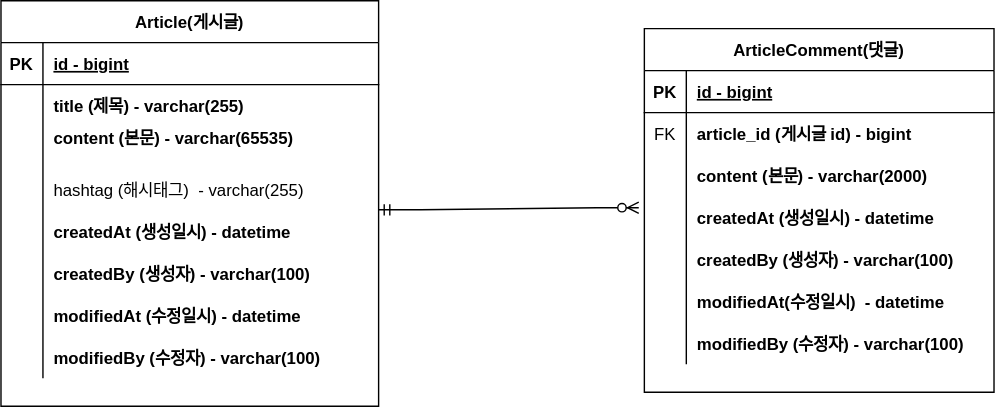
Earlier version of the draw.io export document/project-board-erd.svg (ikyoon0619/board-service). Source tidied: cells renumbered, new cells last; positions are measured from the earlier drawing's top-left corner, leaving out a move shared by most shapes.
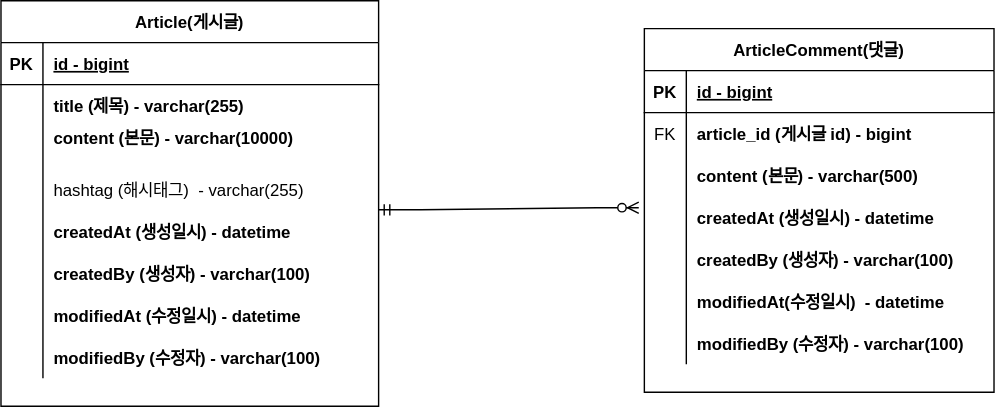
After the change.

Commit message:
#10 - erd 업데이트: content 사이즈 변경

Change to the diagram source:
```diff
@@ -29,7 +29,7 @@
     <mxCell id="10" style="shape=partialRectangle;fillColor=none;top=0;left=0;bottom=0;right=0;overflow=hidden;" parent="9" vertex="1">
       <mxGeometry width="30" height="30" as="geometry" />
     </mxCell>
-    <mxCell id="11" value="content (본문) - varchar(65535)&#10; " style="shape=partialRectangle;fillColor=none;top=0;left=0;bottom=0;right=0;align=left;spacingLeft=6;overflow=hidden;fontStyle=1;" parent="9" vertex="1">
+    <mxCell id="11" value="content (본문) - varchar(10000)&#10; " style="shape=partialRectangle;fillColor=none;top=0;left=0;bottom=0;right=0;align=left;spacingLeft=6;overflow=hidden;fontStyle=1;" parent="9" vertex="1">
       <mxGeometry x="30" width="240" height="30" as="geometry" />
     </mxCell>
     <mxCell id="12" style="shape=tableRow;horizontal=0;startSize=0;swimlaneHead=0;swimlaneBody=0;fillColor=none;top=0;left=0;right=0;bottom=0;" parent="2" vertex="1">
@@ -104,7 +104,7 @@
     <mxCell id="35" style="shape=partialRectangle;fillColor=none;top=0;left=0;bottom=0;right=0;overflow=hidden;" parent="34" vertex="1">
       <mxGeometry width="30" height="30" as="geometry" />
     </mxCell>
-    <mxCell id="36" value="content (본문) - varchar(2000)" style="shape=partialRectangle;fillColor=none;top=0;left=0;bottom=0;right=0;align=left;spacingLeft=6;overflow=hidden;fontStyle=1;" parent="34" vertex="1">
+    <mxCell id="36" value="content (본문) - varchar(500)" style="shape=partialRectangle;fillColor=none;top=0;left=0;bottom=0;right=0;align=left;spacingLeft=6;overflow=hidden;fontStyle=1;" parent="34" vertex="1">
       <mxGeometry x="30" width="220" height="30" as="geometry" />
     </mxCell>
     <mxCell id="37" style="shape=tableRow;horizontal=0;startSize=0;swimlaneHead=0;swimlaneBody=0;fillColor=none;points=[[0,0.5],[1,0.5]];portConstraint=eastwest;top=0;left=0;right=0;bottom=0;" parent="27" vertex="1">
```
